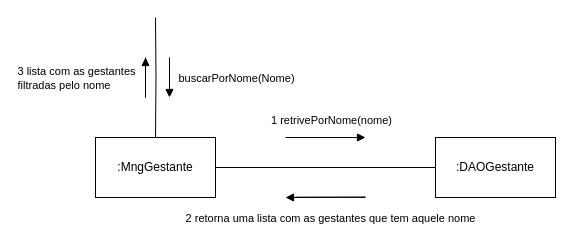
LuizGustavoNascimeto/draw.io keeps this draw.io diagram as page "buscar Por Nome - gestantes" (3 of 10) of diagram de comunicação.drawio. Above is the earlier version. Source tidied: cells renumbered, new cells numbered last; positions are measured from the earlier drawing's top-left corner, leaving out a move shared by most shapes. Both pictures are drawn from the tidied source at 100%, with x=0, y=0 at pixel (95, 17).
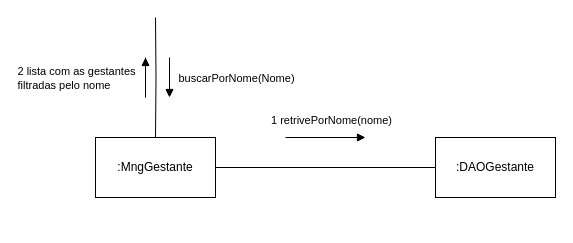
The same page after the edit.

The change refers to these unchanged cells:
```xml
<mxCell id="9" style="endArrow=block;html=1;rounded=0;strokeColor=default;align=center;verticalAlign=middle;fontFamily=Helvetica;fontSize=11;fontColor=default;labelBackgroundColor=default;" parent="4" edge="1">
  <mxGeometry relative="1" as="geometry">
    <mxPoint x="50" y="40" as="sourcePoint" />
    <mxPoint x="50" y="40" as="targetPoint" />
    <Array as="points">
      <mxPoint x="50" y="80" />
    </Array>
  </mxGeometry>
</mxCell>
```

Diff of the diagram source:
```diff
@@
-    <mxCell id="10" value="&lt;div align=&quot;justify&quot;&gt;3 lista com as gestantes&lt;/div&gt;&lt;div align=&quot;justify&quot;&gt;filtradas pelo nome&lt;br&gt;&lt;/div&gt;" style="edgeLabel;html=1;align=center;verticalAlign=middle;fontFamily=Helvetica;fontSize=11;fontColor=default;labelBackgroundColor=default;" parent="9" vertex="1">
+    <mxCell id="10" value="&lt;div align=&quot;justify&quot;&gt;2 lista com as gestantes&lt;/div&gt;&lt;div align=&quot;justify&quot;&gt;filtradas pelo nome&lt;br&gt;&lt;/div&gt;" style="edgeLabel;html=1;align=center;verticalAlign=middle;fontFamily=Helvetica;fontSize=11;fontColor=default;labelBackgroundColor=default;" parent="9" vertex="1">
       <mxGeometry x="-0.28" y="-1" relative="1" as="geometry">
         <mxPoint x="-69" y="-9" as="offset" />
       </mxGeometry>
     </mxCell>
@@
-    <mxCell id="13" style="endArrow=block;html=1;rounded=0;strokeColor=default;align=center;verticalAlign=middle;fontFamily=Helvetica;fontSize=11;fontColor=default;labelBackgroundColor=default;" parent="1" edge="1">
-      <mxGeometry relative="1" as="geometry">
-        <mxPoint x="200" y="179.7" as="sourcePoint" />
-        <mxPoint x="190" y="180" as="targetPoint" />
-        <Array as="points">
-          <mxPoint x="270" y="179.7" />
-        </Array>
-      </mxGeometry>
-    </mxCell>
-    <mxCell id="14" value="&lt;div&gt;2 retorna uma lista com as gestantes que tem aquele nome&lt;br&gt;&lt;/div&gt;" style="edgeLabel;html=1;align=center;verticalAlign=middle;fontFamily=Helvetica;fontSize=11;fontColor=default;labelBackgroundColor=default;rotation=0;" parent="13" vertex="1">
-      <mxGeometry x="-0.28" y="-1" relative="1" as="geometry">
-        <mxPoint x="-20" y="20" as="offset" />
-      </mxGeometry>
-    </mxCell>
```
